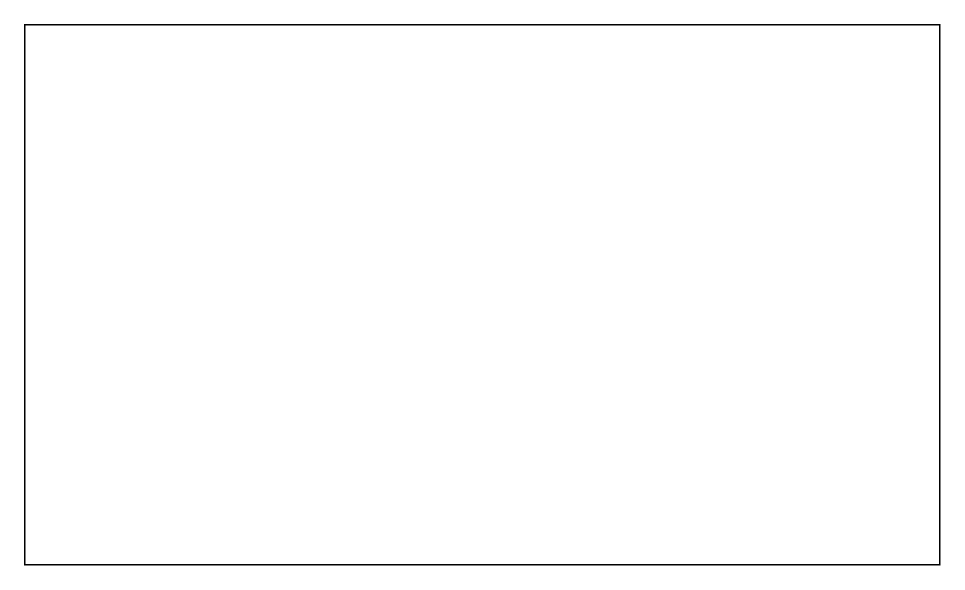
Above: doc/my_daily_coding_problem.drawio in lovelydett/my_daily_coding_problem (draw.io), before the change. Source tidied: cells renumbered, new cells numbered last; positions are measured from the earlier drawing's top-left corner, leaving out a move shared by most shapes. Both pictures are drawn from the tidied source at 150%, with x=0, y=0 at pixel (24, 24).
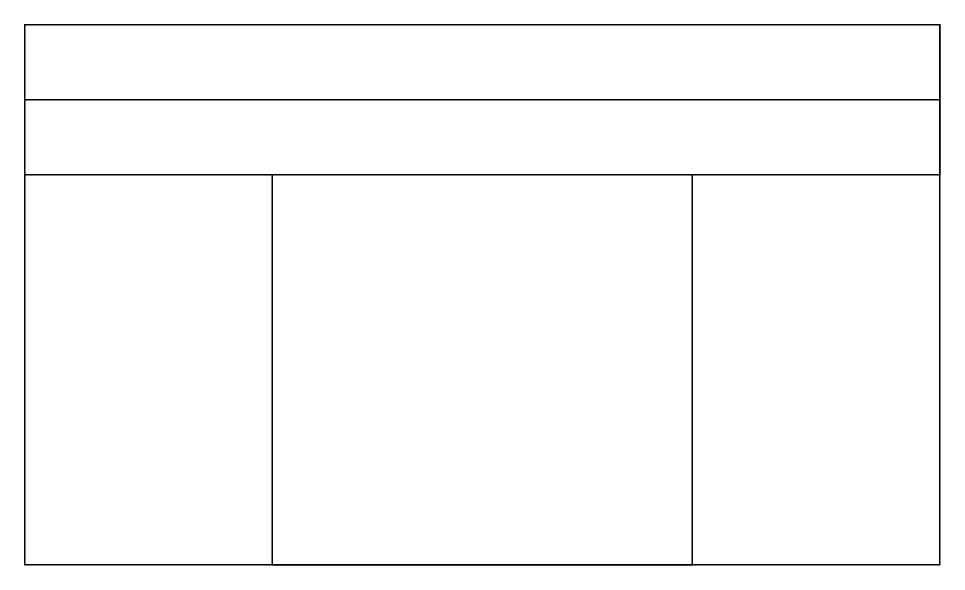
After the change.

Diff of the diagram source:
```diff
@@
 <mxGraphModel>
   <root>
     <mxCell id="0" />
     <mxCell id="1" parent="0" />
     <mxCell id="2" style="rounded=0;whiteSpace=wrap;html=1;" parent="1" vertex="1">
       <mxGeometry width="610" height="360" as="geometry" />
     </mxCell>
+    <mxCell id="3" style="rounded=0;whiteSpace=wrap;html=1;" parent="1" vertex="1">
+      <mxGeometry width="610" height="50" as="geometry" />
+    </mxCell>
+    <mxCell id="4" style="rounded=0;whiteSpace=wrap;html=1;" parent="1" vertex="1">
+      <mxGeometry y="50" width="610" height="50" as="geometry" />
+    </mxCell>
+    <mxCell id="5" style="rounded=0;whiteSpace=wrap;html=1;" parent="1" vertex="1">
+      <mxGeometry x="165" y="100" width="280" height="260" as="geometry" />
+    </mxCell>
   </root>
 </mxGraphModel>
```
